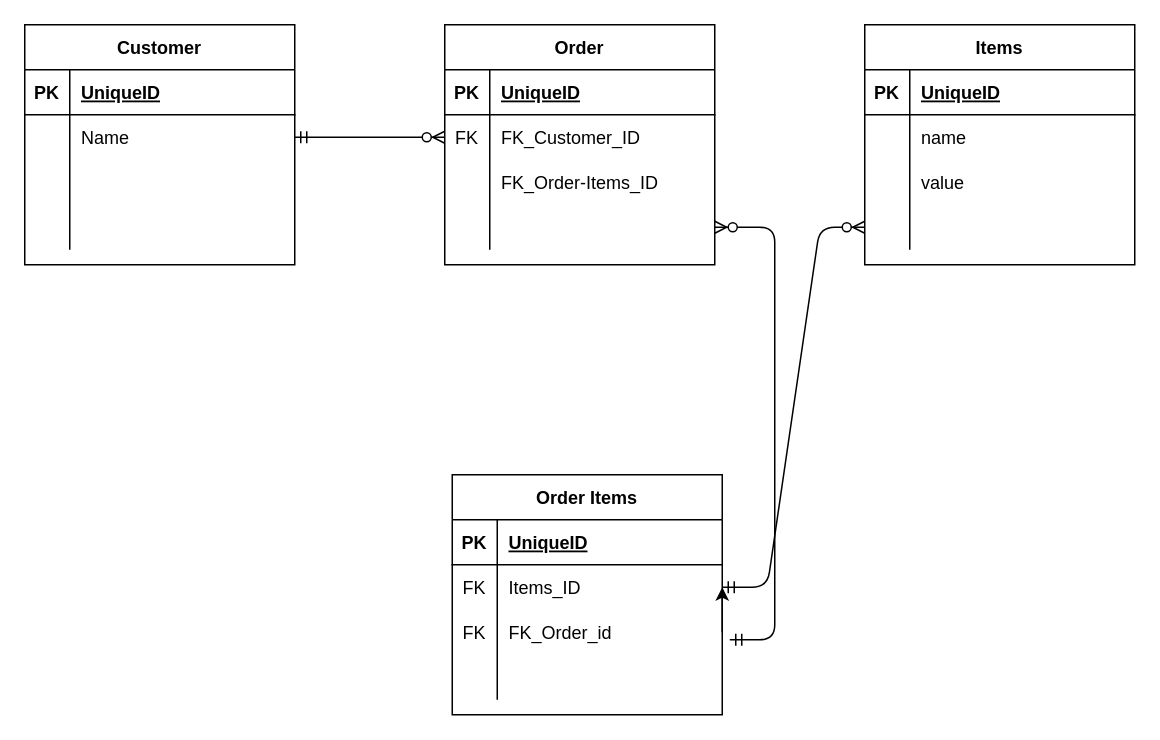
The draw.io diagram IMS ERD.drawio in Don-Uherka/InfosysIMS, before the edit. Source tidied: cells renumbered, new cells numbered last; positions are measured from the earlier drawing's top-left corner, leaving out a move shared by most shapes. Both pictures are drawn from the tidied source at 150%, with x=0, y=0 at pixel (24, 24).
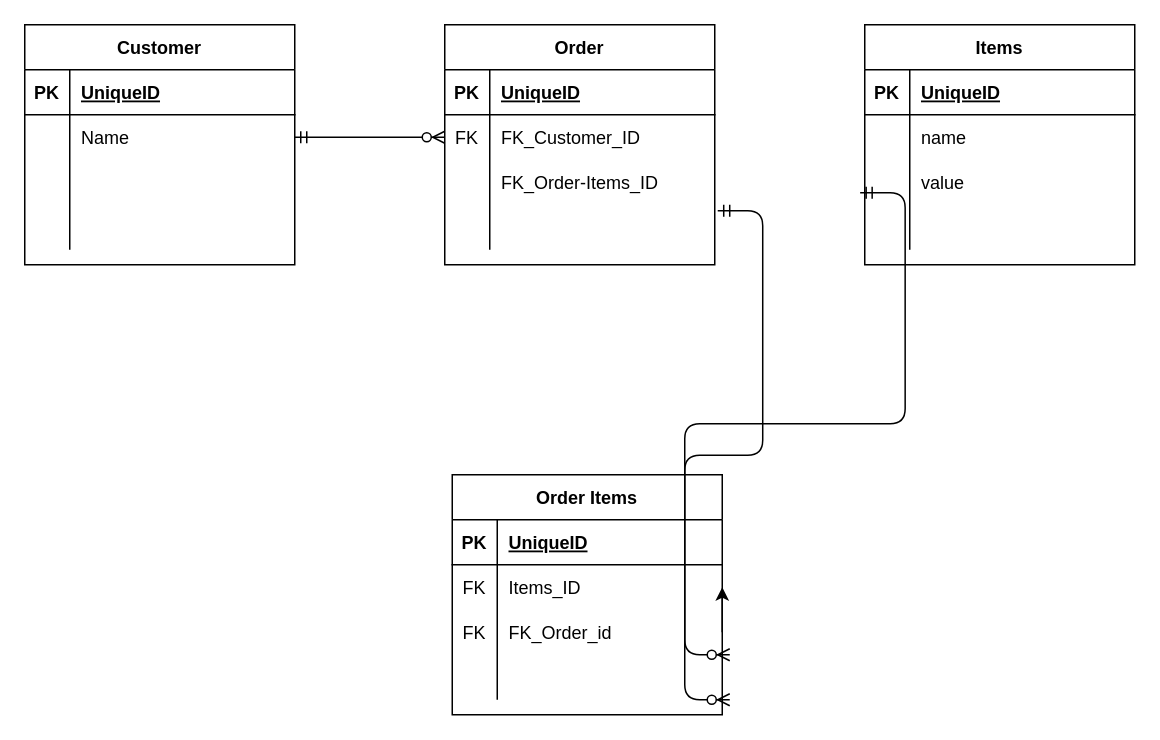
The same diagram, later.

Unchanged cells that the change refers to:
```xml
<mxCell id="22" style="shape=partialRectangle;fillColor=none;top=0;left=0;bottom=0;right=0;points=[[0,0.5],[1,0.5]];portConstraint=eastwest;" parent="15" vertex="1">
  <mxGeometry y="90" width="180" height="30" as="geometry" />
</mxCell>
<mxCell id="25" style="shape=partialRectangle;fillColor=none;top=0;left=0;bottom=0;right=0;points=[[0,0.5],[1,0.5]];portConstraint=eastwest;" parent="15" vertex="1">
  <mxGeometry y="120" width="180" height="30" as="geometry" />
</mxCell>
<mxCell id="38" style="shape=partialRectangle;fillColor=none;top=0;left=0;bottom=0;right=0;points=[[0,0.5],[1,0.5]];portConstraint=eastwest;" parent="28" vertex="1">
  <mxGeometry y="120" width="180" height="30" as="geometry" />
</mxCell>
<mxCell id="45" style="shape=partialRectangle;fillColor=none;top=0;left=0;bottom=0;right=0;points=[[0,0.5],[1,0.5]];portConstraint=eastwest;" parent="41" vertex="1">
  <mxGeometry y="60" width="180" height="30" as="geometry" />
</mxCell>
```

The edit, as a diff of the source:
```diff
@@
-    <mxCell id="56" style="edgeStyle=entityRelationEdgeStyle;fontSize=12;html=1;endArrow=ERzeroToMany;startArrow=ERmandOne;entryX=1;entryY=0.5;entryDx=0;entryDy=0;" parent="1" edge="1" target="38">
+    <mxCell id="56" style="edgeStyle=entityRelationEdgeStyle;fontSize=12;html=1;endArrow=ERzeroToMany;startArrow=ERmandOne;exitX=1.011;exitY=0.133;exitDx=0;exitDy=0;exitPerimeter=0;" parent="1" edge="1" source="38">
       <mxGeometry relative="1" as="geometry">
-        <mxPoint x="470" y="410" as="sourcePoint" />
+        <mxPoint x="470" y="450" as="targetPoint" />
       </mxGeometry>
     </mxCell>
-    <mxCell id="57" style="edgeStyle=entityRelationEdgeStyle;fontSize=12;html=1;endArrow=ERzeroToMany;startArrow=ERmandOne;entryX=0;entryY=0.5;entryDx=0;entryDy=0;exitX=1;exitY=0.5;exitDx=0;exitDy=0;" parent="1" edge="1" source="45" target="25">
-      <mxGeometry relative="1" as="geometry" />
+    <mxCell id="57" style="edgeStyle=entityRelationEdgeStyle;fontSize=12;html=1;endArrow=ERzeroToMany;startArrow=ERmandOne;exitX=-0.017;exitY=0.733;exitDx=0;exitDy=0;exitPerimeter=0;" parent="1" edge="1" source="22">
+      <mxGeometry relative="1" as="geometry">
+        <mxPoint x="470" y="420" as="targetPoint" />
+      </mxGeometry>
     </mxCell>
```
